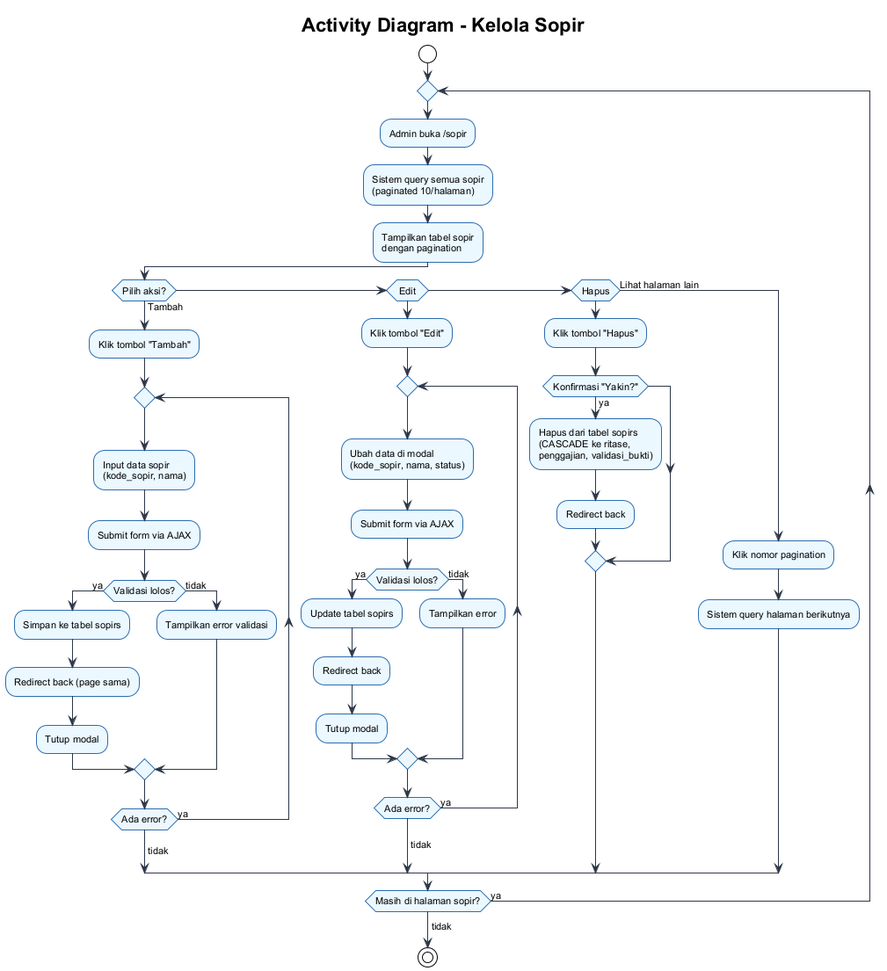
This is docs/activity-diagram-sopir.png from riandafatur28/sidigas-gaji-sopir-truck, a PlantUML export, as it was before one commit.
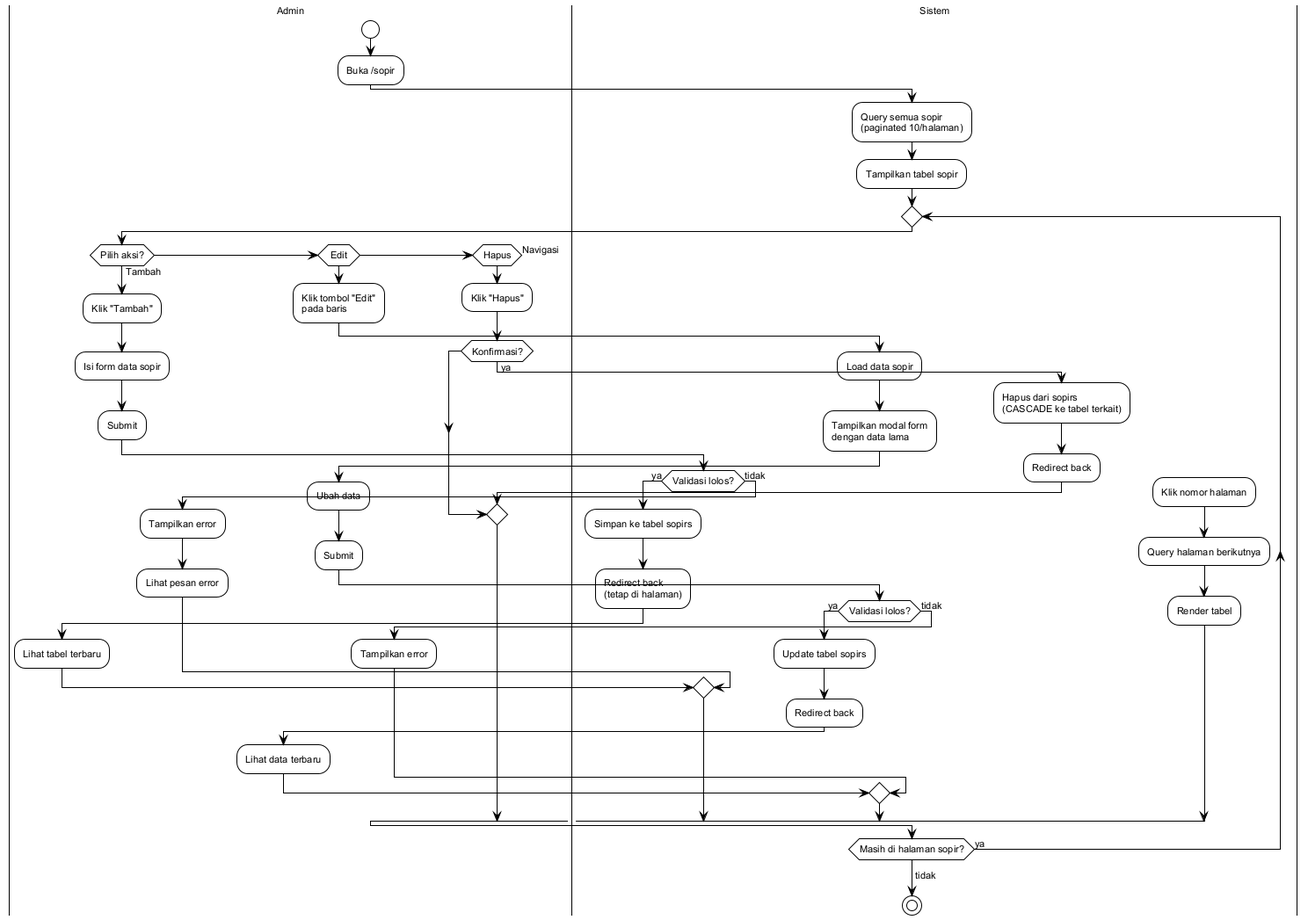
After the change.

What changed in the source:
```diff
@@ -3,58 +3,64 @@
 skinparam backgroundColor #ffffff
 skinparam defaultFontSize 11
 skinparam defaultFontName Arial
-skinparam activityBorderColor #2b6cb0
-skinparam activityBackgroundColor #ebf8ff
-skinparam arrowColor #2d3748
 
-title **Activity Diagram - Kelola Sopir**
+|Admin|
+start
+:Buka /sopir;
 
-start
+|Sistem|
+:Query semua sopir\n(paginated 10/halaman);
+:Tampilkan tabel sopir;
+
 repeat
-  :Admin buka /sopir;
-  :Sistem query semua sopir\n(paginated 10/halaman);
-  :Tampilkan tabel sopir\ndengan pagination;
-
+  |Admin|
   if (Pilih aksi?) then (Tambah)
-    :Klik tombol "Tambah";
-    repeat
-      :Input data sopir\n(kode_sopir, nama);
-      :Submit form via AJAX;
-      if (Validasi lolos?) then (ya)
-        :Simpan ke tabel sopirs;
-        :Redirect back (page sama);
-        :Tutup modal;
-      else (tidak)
-        :Tampilkan error validasi;
-      endif
-    repeat while (Ada error?) is (ya)
-    ->tidak;
+    :Klik "Tambah";
+    :Isi form data sopir;
+    :Submit;
+    |Sistem|
+    if (Validasi lolos?) then (ya)
+      :Simpan ke tabel sopirs;
+      :Redirect back\n(tetap di halaman);
+      |Admin|
+      :Lihat tabel terbaru;
+    else (tidak)
+      :Tampilkan error;
+      |Admin|
+      :Lihat pesan error;
+    endif
 
   elseif (Edit) then
-    :Klik tombol "Edit";
-    repeat
-      :Ubah data di modal\n(kode_sopir, nama, status);
-      :Submit form via AJAX;
-      if (Validasi lolos?) then (ya)
-        :Update tabel sopirs;
-        :Redirect back;
-        :Tutup modal;
-      else (tidak)
-        :Tampilkan error;
-      endif
-    repeat while (Ada error?) is (ya)
-    ->tidak;
+    :Klik tombol "Edit"\npada baris;
+    |Sistem|
+    :Load data sopir;
+    :Tampilkan modal form\ndengan data lama;
+    |Admin|
+    :Ubah data;
+    :Submit;
+    |Sistem|
+    if (Validasi lolos?) then (ya)
+      :Update tabel sopirs;
+      :Redirect back;
+      |Admin|
+      :Lihat data terbaru;
+    else (tidak)
+      :Tampilkan error;
+    endif
 
   elseif (Hapus) then
-    :Klik tombol "Hapus";
-    if (Konfirmasi "Yakin?") then (ya)
-      :Hapus dari tabel sopirs\n(CASCADE ke ritase,\npenggajian, validasi_bukti);
+    :Klik "Hapus";
+    if (Konfirmasi?) then (ya)
+      |Sistem|
+      :Hapus dari sopirs\n(CASCADE ke tabel terkait);
       :Redirect back;
     endif
 
-  else (Lihat halaman lain)
-    :Klik nomor pagination;
-    :Sistem query halaman berikutnya;
+  else (Navigasi)
+    :Klik nomor halaman;
+    |Sistem|
+    :Query halaman berikutnya;
+    :Render tabel;
   endif
 
 repeat while (Masih di halaman sopir?) is (ya)
```
